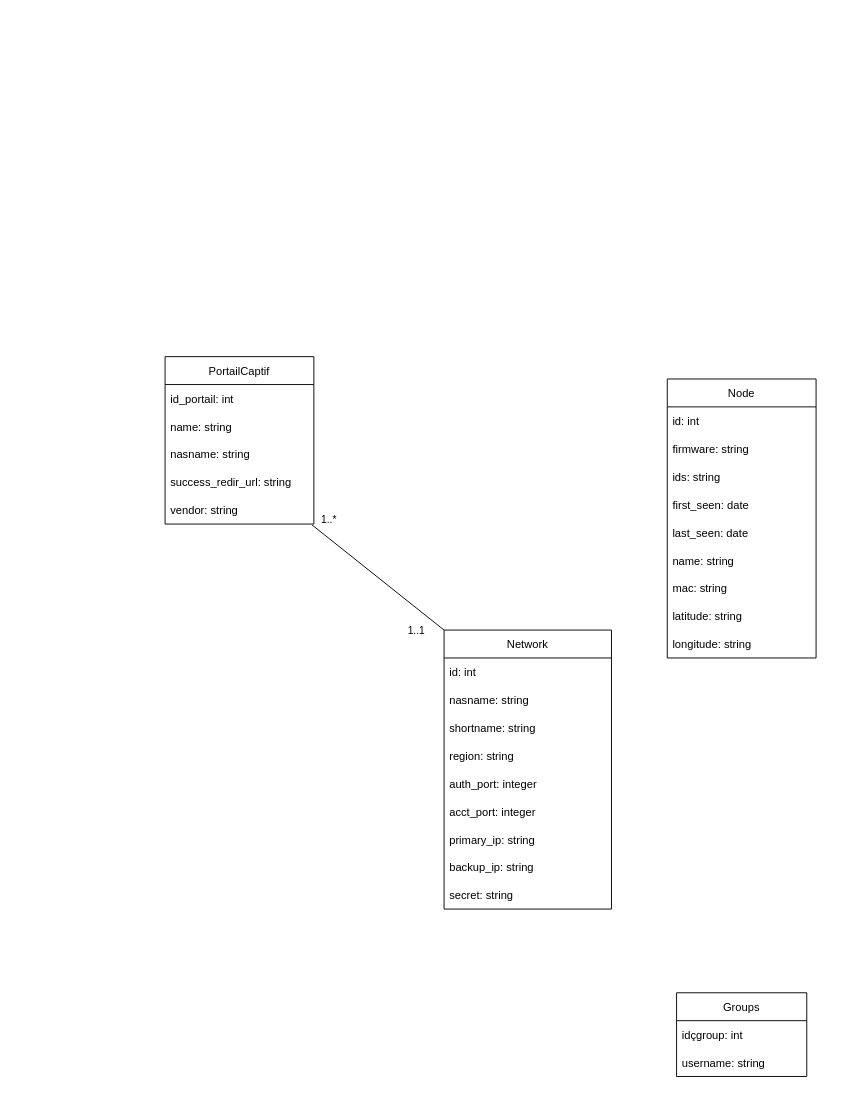
Before: classe.drawio in Seynabou12/IDIS, a draw.io diagram. Source tidied: cells renumbered, new cells numbered last; positions are measured from the earlier drawing's top-left corner, leaving out a move shared by most shapes. Both pictures are drawn from the tidied source at 93%, with x=0, y=0 at pixel (165, 356).
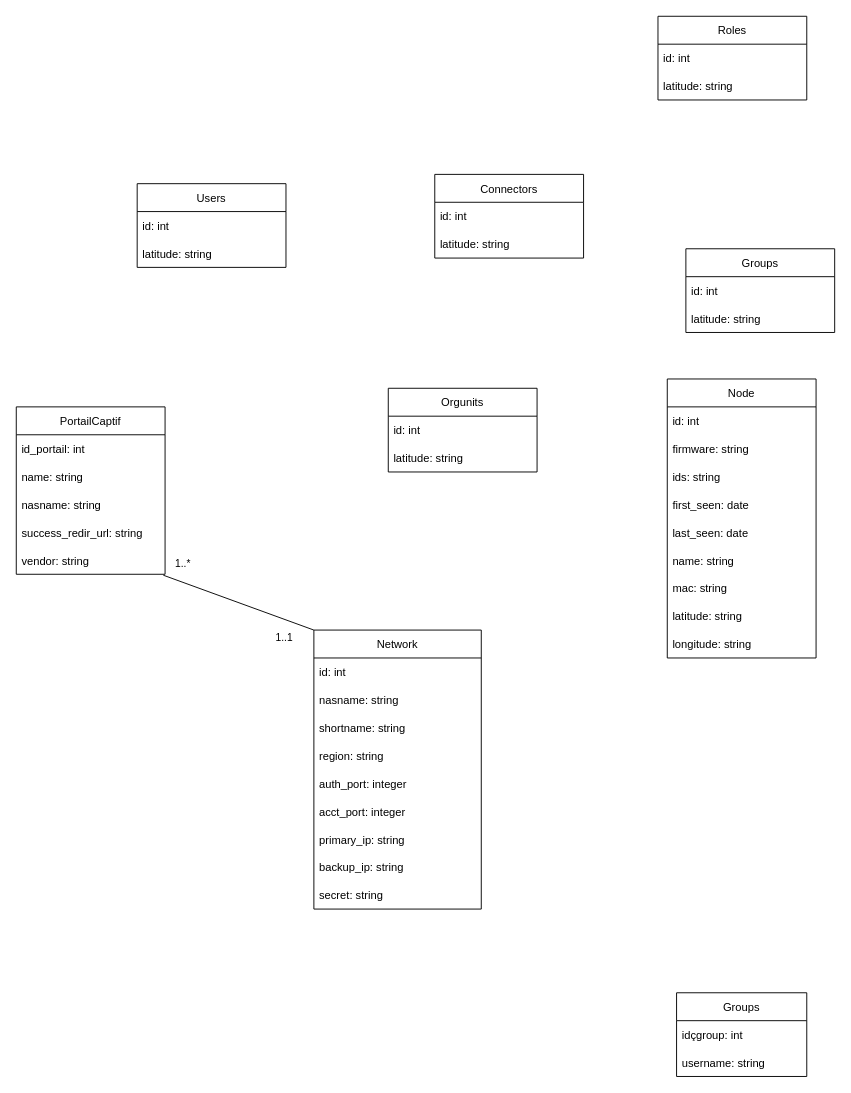
The same page after the edit.

Change to the diagram source:
```diff
@@
     <mxCell id="2" value="Network" style="swimlane;fontStyle=0;horizontal=1;startSize=30;" parent="1" vertex="1">
-      <mxGeometry x="300" y="294" width="180" height="300" as="geometry" />
+      <mxGeometry x="160" y="294" width="180" height="300" as="geometry" />
     </mxCell>
@@
     <mxCell id="18" value="PortailCaptif" style="swimlane;fontStyle=0;horizontal=1;startSize=30;" parent="1" vertex="1">
-      <mxGeometry width="160" height="180" as="geometry" />
+      <mxGeometry x="-160" y="54" width="160" height="180" as="geometry" />
     </mxCell>
@@
+    <mxCell id="34" value="Connectors" style="swimlane;fontStyle=0;horizontal=1;startSize=30;" parent="1" vertex="1">
+      <mxGeometry x="290" y="-196" width="160" height="90" as="geometry" />
+    </mxCell>
+    <mxCell id="35" value="id: int" style="text;strokeColor=none;fillColor=none;align=left;verticalAlign=middle;spacingLeft=4;spacingRight=4;overflow=hidden;" parent="34" vertex="1">
+      <mxGeometry y="30" width="160" height="30" as="geometry" />
+    </mxCell>
+    <mxCell id="36" value="latitude: string" style="text;strokeColor=none;fillColor=none;align=left;verticalAlign=middle;spacingLeft=4;spacingRight=4;overflow=hidden;" parent="34" vertex="1">
+      <mxGeometry y="60" width="160" height="30" as="geometry" />
+    </mxCell>
+    <mxCell id="37" value="Roles" style="swimlane;fontStyle=0;horizontal=1;startSize=30;" parent="1" vertex="1">
+      <mxGeometry x="530" y="-366" width="160" height="90" as="geometry" />
+    </mxCell>
+    <mxCell id="38" value="id: int" style="text;strokeColor=none;fillColor=none;align=left;verticalAlign=middle;spacingLeft=4;spacingRight=4;overflow=hidden;" parent="37" vertex="1">
+      <mxGeometry y="30" width="160" height="30" as="geometry" />
+    </mxCell>
+    <mxCell id="39" value="latitude: string" style="text;strokeColor=none;fillColor=none;align=left;verticalAlign=middle;spacingLeft=4;spacingRight=4;overflow=hidden;" parent="37" vertex="1">
+      <mxGeometry y="60" width="160" height="30" as="geometry" />
+    </mxCell>
+    <mxCell id="40" value="Orgunits" style="swimlane;fontStyle=0;horizontal=1;startSize=30;" parent="1" vertex="1">
+      <mxGeometry x="240" y="34" width="160" height="90" as="geometry" />
+    </mxCell>
+    <mxCell id="41" value="id: int" style="text;strokeColor=none;fillColor=none;align=left;verticalAlign=middle;spacingLeft=4;spacingRight=4;overflow=hidden;" parent="40" vertex="1">
+      <mxGeometry y="30" width="160" height="30" as="geometry" />
+    </mxCell>
+    <mxCell id="42" value="latitude: string" style="text;strokeColor=none;fillColor=none;align=left;verticalAlign=middle;spacingLeft=4;spacingRight=4;overflow=hidden;" parent="40" vertex="1">
+      <mxGeometry y="60" width="160" height="30" as="geometry" />
+    </mxCell>
+    <mxCell id="43" value="Groups" style="swimlane;fontStyle=0;horizontal=1;startSize=30;" parent="1" vertex="1">
+      <mxGeometry x="560" y="-116" width="160" height="90" as="geometry" />
+    </mxCell>
+    <mxCell id="44" value="id: int" style="text;strokeColor=none;fillColor=none;align=left;verticalAlign=middle;spacingLeft=4;spacingRight=4;overflow=hidden;" parent="43" vertex="1">
+      <mxGeometry y="30" width="160" height="30" as="geometry" />
+    </mxCell>
+    <mxCell id="45" value="latitude: string" style="text;strokeColor=none;fillColor=none;align=left;verticalAlign=middle;spacingLeft=4;spacingRight=4;overflow=hidden;" parent="43" vertex="1">
+      <mxGeometry y="60" width="160" height="30" as="geometry" />
+    </mxCell>
+    <mxCell id="46" value="Users" style="swimlane;fontStyle=0;horizontal=1;startSize=30;" parent="1" vertex="1">
+      <mxGeometry x="-30" y="-186" width="160" height="90" as="geometry" />
+    </mxCell>
+    <mxCell id="47" value="id: int" style="text;strokeColor=none;fillColor=none;align=left;verticalAlign=middle;spacingLeft=4;spacingRight=4;overflow=hidden;" parent="46" vertex="1">
+      <mxGeometry y="30" width="160" height="30" as="geometry" />
+    </mxCell>
+    <mxCell id="48" value="latitude: string" style="text;strokeColor=none;fillColor=none;align=left;verticalAlign=middle;spacingLeft=4;spacingRight=4;overflow=hidden;" parent="46" vertex="1">
+      <mxGeometry y="60" width="160" height="30" as="geometry" />
+    </mxCell>
```
